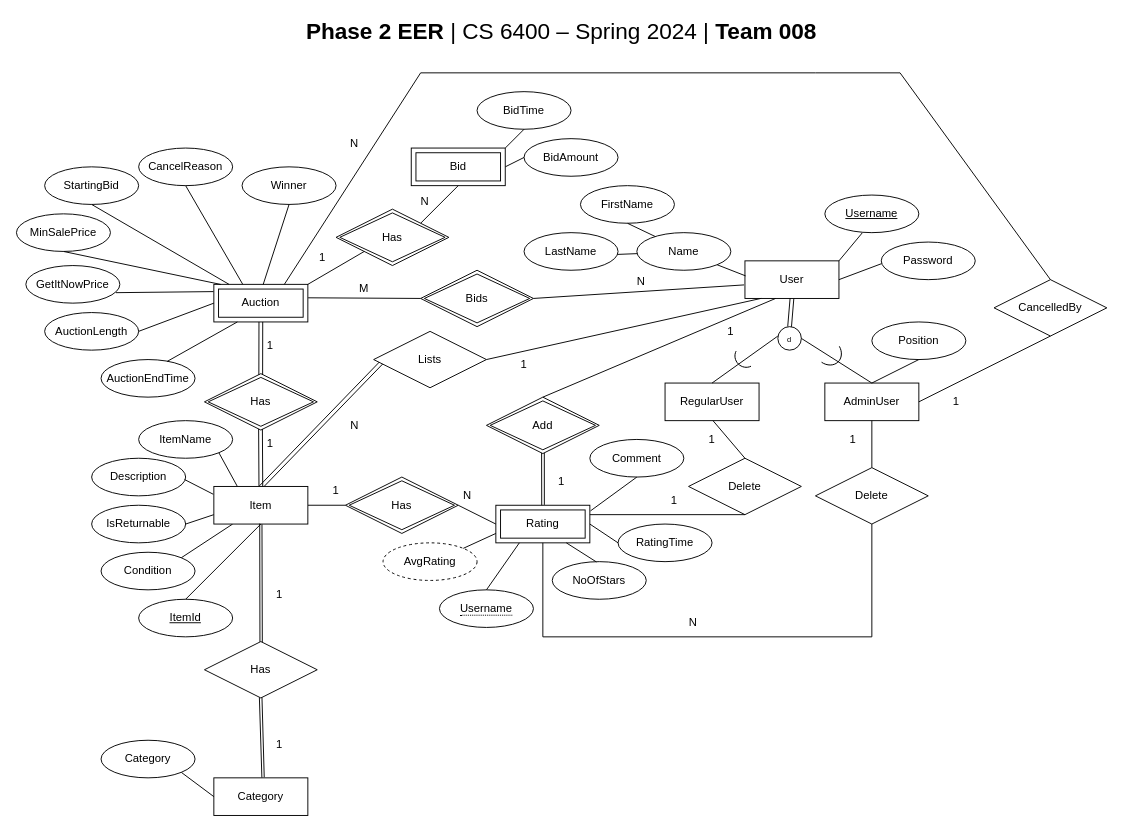
leileili1010/Buzzbid keeps this draw.io diagram as Phase_2/EER/eer_jnaranjo9.drawio. Above is the earlier version. Source tidied: cells renumbered, new cells numbered last; positions are measured from the earlier drawing's top-left corner, leaving out a move shared by most shapes. Both pictures are drawn from the tidied source at 94%, with x=0, y=0 at pixel (16, 16).
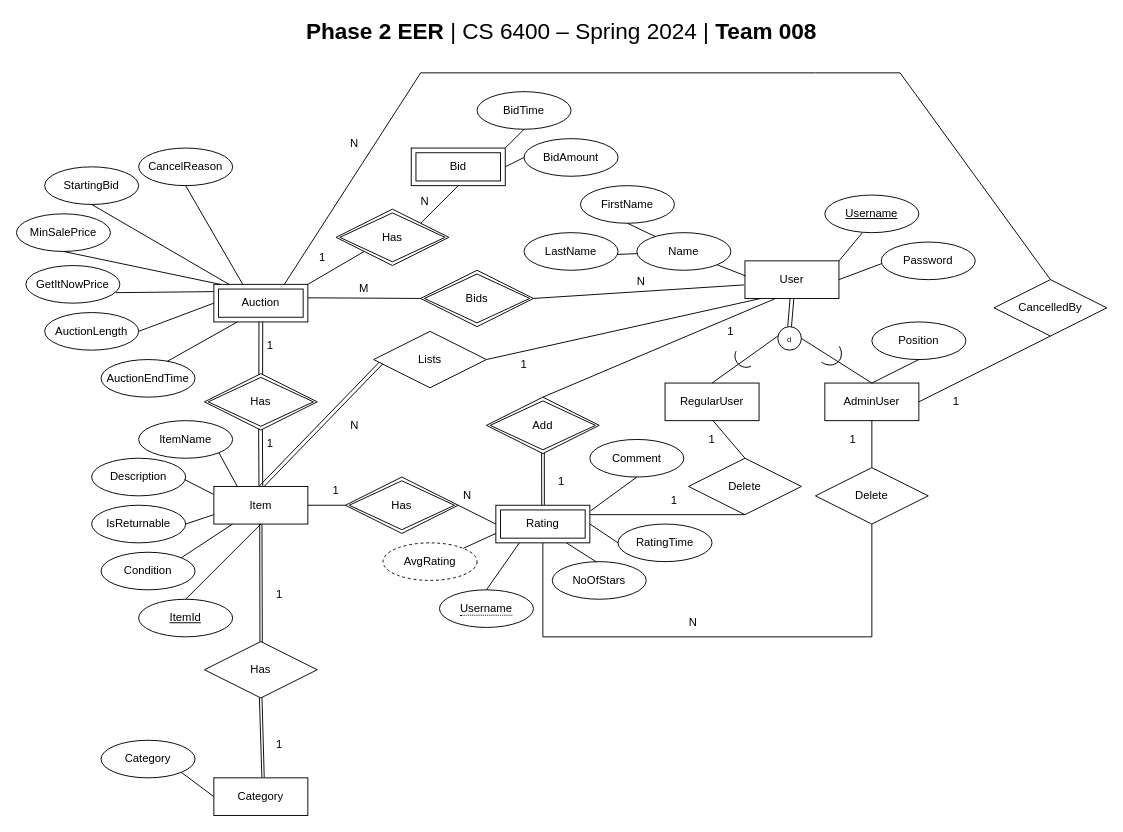
The same diagram, later.

Commit message (it also covers changes not shown here):
Removed Winner attribute from EER, EER2RL mapping, and schema sql

The change refers to these unchanged cells:
```xml
<mxCell id="36" value="Auction" style="shape=ext;margin=3;double=1;whiteSpace=wrap;html=1;align=center;" parent="1" vertex="1">
  <mxGeometry x="210" y="285" width="100" height="40" as="geometry" />
</mxCell>
```

Diff of the diagram source:
```diff
@@
-    <mxCell id="55" value="Winner" style="ellipse;whiteSpace=wrap;html=1;align=center;" parent="1" vertex="1">
-      <mxGeometry x="240" y="160" width="100" height="40" as="geometry" />
-    </mxCell>
@@
-    <mxCell id="57" style="endArrow=none;html=1;rounded=0;entryX=0.5;entryY=1;entryDx=0;entryDy=0;exitX=0.524;exitY=0.01;exitDx=0;exitDy=0;exitPerimeter=0;" parent="1" edge="1" source="36" target="55">
-      <mxGeometry relative="1" as="geometry" />
-    </mxCell>
```
